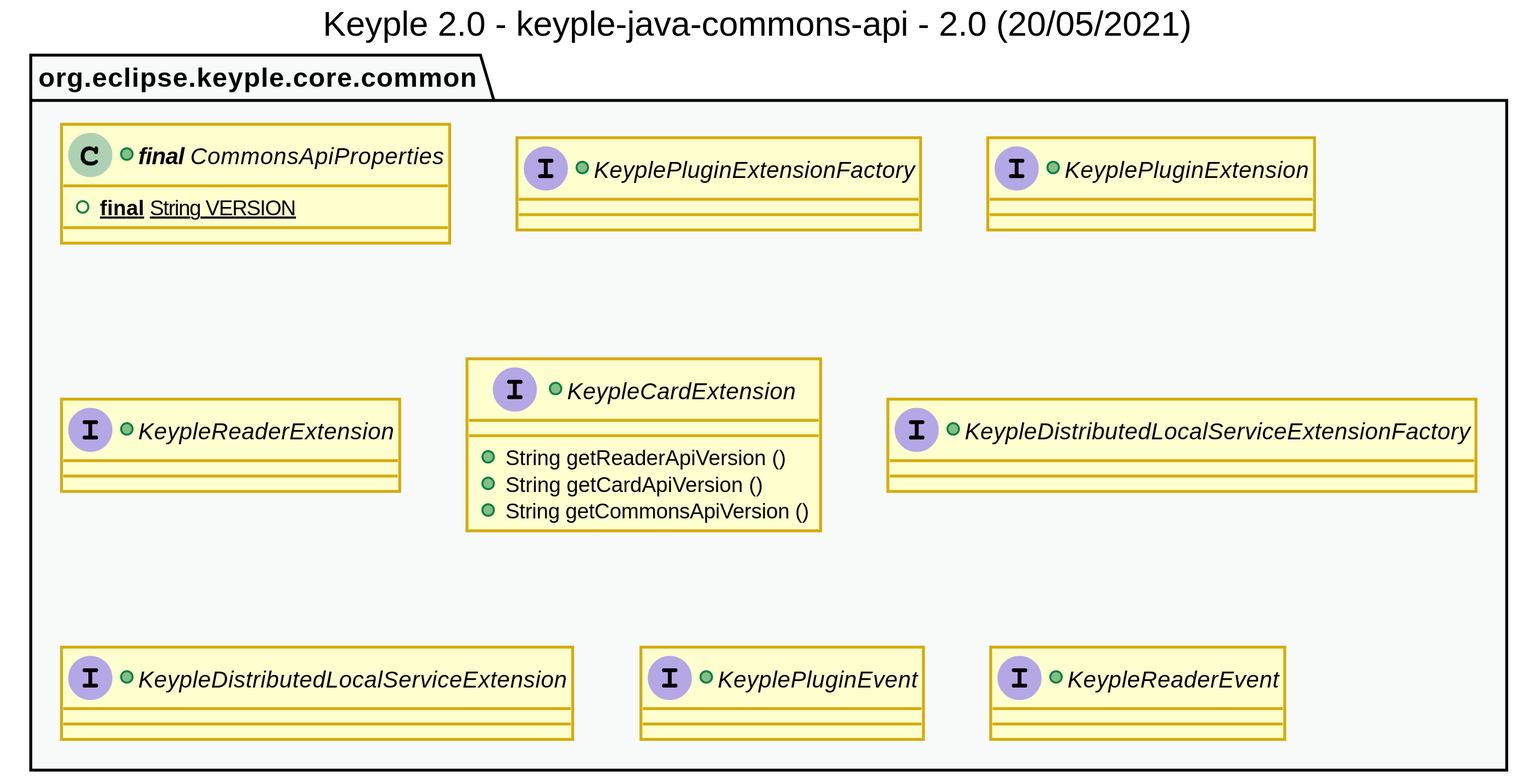
The PlantUML diagram uml/class/public-api/keyple_2_0_class_commons_api.svg in calypsonet/keyple_2_0, before a commit.
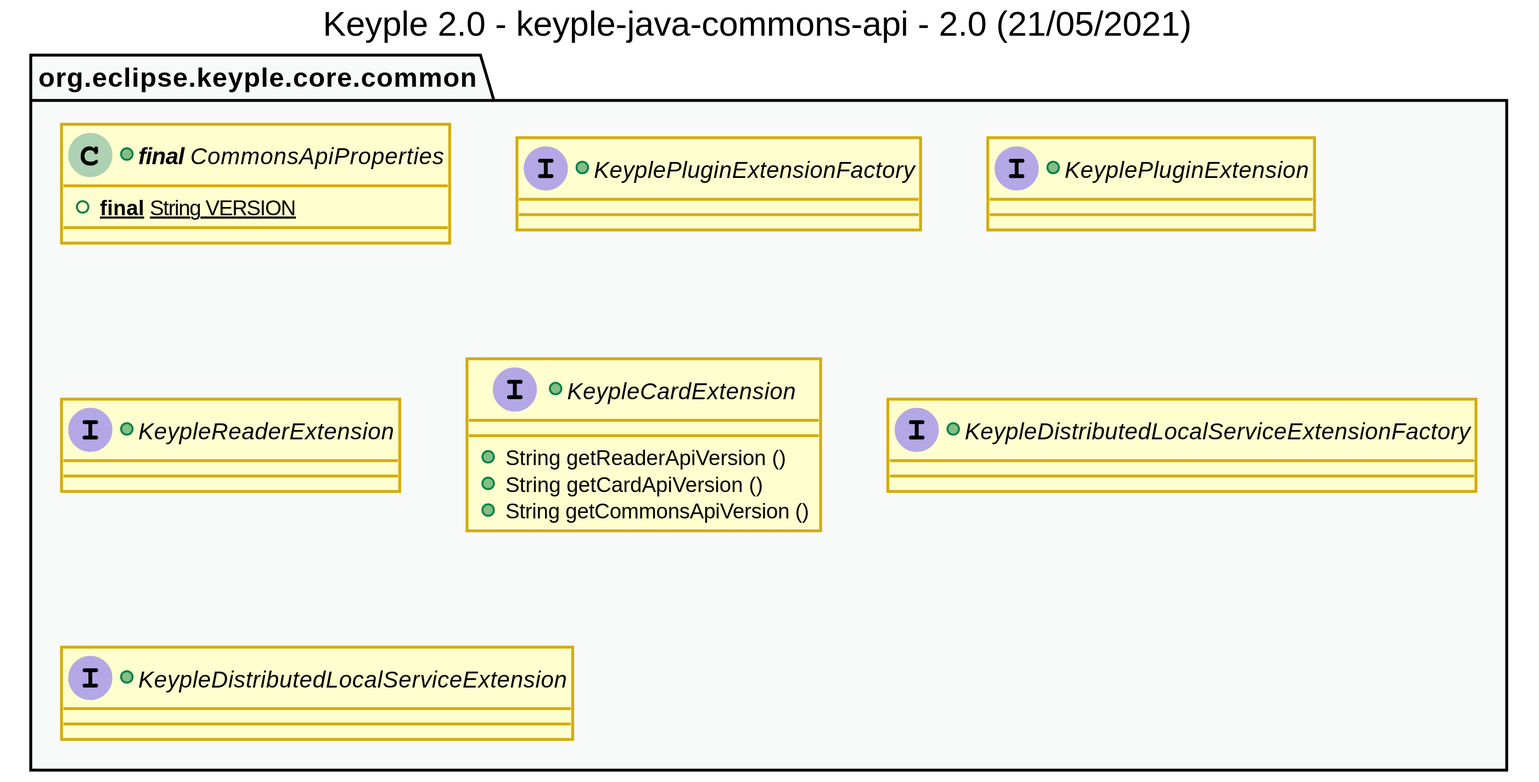
Above is the later version.

What changed in the source:
```diff
@@ -1,6 +1,6 @@
 @startuml
 title
-    Keyple 2.0 - keyple-java-commons-api - 2.0 (20/05/2021)
+    Keyple 2.0 - keyple-java-commons-api - 2.0 (21/05/2021)
 end title
 
 
@@ -56,10 +56,6 @@
     }
     +interface KeypleDistributedLocalServiceExtension {
     }
-    +interface KeyplePluginEvent {
-    }
-    +interface KeypleReaderEvent {
-    }
 }
 
 
```
